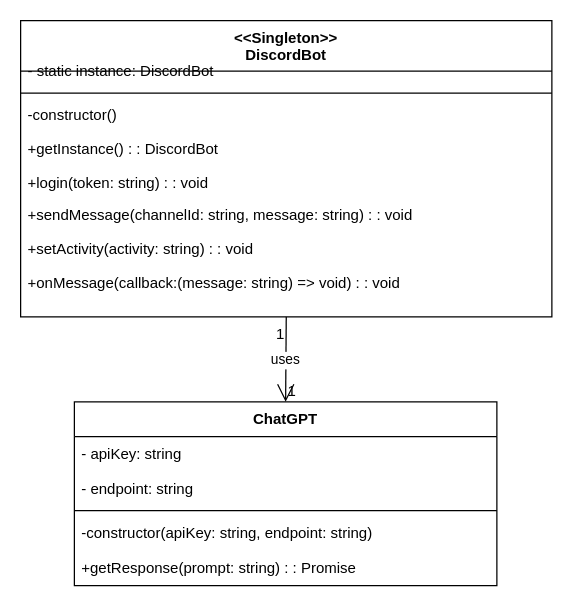
The draw.io diagram config/ChatPDF.drawio in ylin3-learner/ChatPDF, before the edit. Source tidied: cells renumbered, new cells numbered last; positions are measured from the earlier drawing's top-left corner, leaving out a move shared by most shapes. Both pictures are drawn from the tidied source at 125%, with x=0, y=0 at pixel (20, 20).
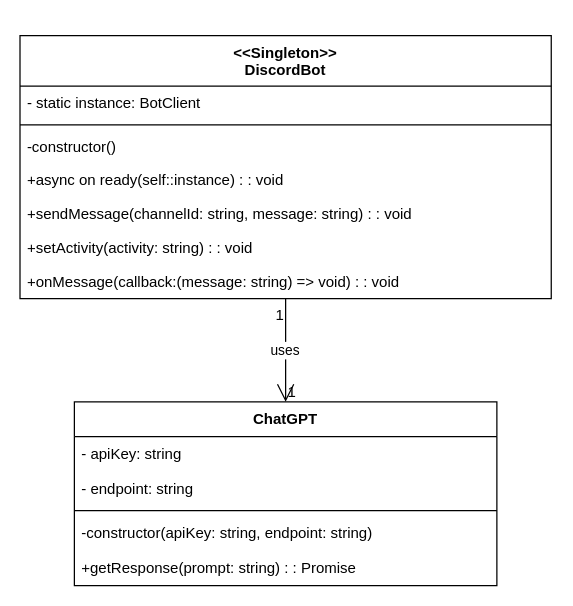
The same page after the edit.

What changed in the source:
```diff
@@
 <mxGraphModel>
   <root>
     <mxCell id="0" />
     <mxCell id="1" parent="0" />
     <mxCell id="2" value="&lt;&lt;Singleton&gt;&gt;&#10;DiscordBot" style="swimlane;fontStyle=1;align=center;verticalAlign=top;horizontal=1;startSize=40.34117754767923;" parent="1" vertex="1">
-      <mxGeometry width="425" height="237" as="geometry" />
+      <mxGeometry x="-0.5" y="12" width="425" height="210.3" as="geometry" />
     </mxCell>
-    <mxCell id="3" value="- static instance: DiscordBot" style="text;strokeColor=none;fillColor=none;align=left;verticalAlign=top;spacingLeft=4;spacingRight=4;overflow=hidden;" parent="2" vertex="1">
-      <mxGeometry y="27" width="425" height="27" as="geometry" />
+    <mxCell id="3" value="- static instance: BotClient" style="text;strokeColor=none;fillColor=none;align=left;verticalAlign=top;spacingLeft=4;spacingRight=4;overflow=hidden;" parent="2" vertex="1">
+      <mxGeometry y="40.3" width="425" height="27" as="geometry" />
     </mxCell>
     <mxCell id="4" style="line;strokeWidth=1;fillColor=none;align=left;verticalAlign=middle;spacingTop=-1;spacingLeft=3;spacingRight=3;labelPosition=right;strokeColor=inherit;" parent="2" vertex="1">
-      <mxGeometry y="54" width="425" height="8" as="geometry" />
+      <mxGeometry y="67.3" width="425" height="8" as="geometry" />
     </mxCell>
     <mxCell id="5" value="-constructor()" style="text;strokeColor=none;fillColor=none;align=left;verticalAlign=top;spacingLeft=4;spacingRight=4;overflow=hidden;" parent="2" vertex="1">
-      <mxGeometry y="62" width="425" height="27" as="geometry" />
+      <mxGeometry y="75.3" width="425" height="27" as="geometry" />
     </mxCell>
-    <mxCell id="6" value="+getInstance() : : DiscordBot" style="text;strokeColor=none;fillColor=none;align=left;verticalAlign=top;spacingLeft=4;spacingRight=4;overflow=hidden;" parent="2" vertex="1">
-      <mxGeometry y="89" width="425" height="27" as="geometry" />
-    </mxCell>
-    <mxCell id="7" value="+login(token: string) : : void" style="text;strokeColor=none;fillColor=none;align=left;verticalAlign=top;spacingLeft=4;spacingRight=4;overflow=hidden;" parent="2" vertex="1">
-      <mxGeometry y="116" width="425" height="27" as="geometry" />
+    <mxCell id="7" value="+async on ready(self::instance) : : void" style="text;strokeColor=none;fillColor=none;align=left;verticalAlign=top;spacingLeft=4;spacingRight=4;overflow=hidden;" parent="2" vertex="1">
+      <mxGeometry y="102.3" width="425" height="27" as="geometry" />
     </mxCell>
     <mxCell id="8" value="+sendMessage(channelId: string, message: string) : : void" style="text;strokeColor=none;fillColor=none;align=left;verticalAlign=top;spacingLeft=4;spacingRight=4;overflow=hidden;" parent="2" vertex="1">
-      <mxGeometry y="142" width="425" height="27" as="geometry" />
+      <mxGeometry y="129.3" width="425" height="27" as="geometry" />
     </mxCell>
     <mxCell id="9" value="+setActivity(activity: string) : : void" style="text;strokeColor=none;fillColor=none;align=left;verticalAlign=top;spacingLeft=4;spacingRight=4;overflow=hidden;" parent="2" vertex="1">
-      <mxGeometry y="169" width="425" height="27" as="geometry" />
+      <mxGeometry y="156.3" width="425" height="27" as="geometry" />
     </mxCell>
     <mxCell id="10" value="+onMessage(callback:(message: string) =&gt; void) : : void" style="text;strokeColor=none;fillColor=none;align=left;verticalAlign=top;spacingLeft=4;spacingRight=4;overflow=hidden;" parent="2" vertex="1">
-      <mxGeometry y="196" width="425" height="27" as="geometry" />
+      <mxGeometry y="183.3" width="425" height="27" as="geometry" />
     </mxCell>
     <mxCell id="11" value="ChatGPT" style="swimlane;fontStyle=1;align=center;verticalAlign=top;horizontal=1;startSize=27.8;" parent="1" vertex="1">
       <mxGeometry x="43" y="305" width="338" height="147" as="geometry" />
     </mxCell>
     <mxCell id="12" value="- apiKey: string" style="text;strokeColor=none;fillColor=none;align=left;verticalAlign=top;spacingLeft=4;spacingRight=4;overflow=hidden;" parent="11" vertex="1">
       <mxGeometry y="28" width="338" height="28" as="geometry" />
     </mxCell>
     <mxCell id="13" value="- endpoint: string" style="text;strokeColor=none;fillColor=none;align=left;verticalAlign=top;spacingLeft=4;spacingRight=4;overflow=hidden;" parent="11" vertex="1">
       <mxGeometry y="56" width="338" height="28" as="geometry" />
     </mxCell>
     <mxCell id="14" style="line;strokeWidth=1;fillColor=none;align=left;verticalAlign=middle;spacingTop=-1;spacingLeft=3;spacingRight=3;labelPosition=right;strokeColor=inherit;" parent="11" vertex="1">
       <mxGeometry y="83" width="338" height="8" as="geometry" />
     </mxCell>
     <mxCell id="15" value="-constructor(apiKey: string, endpoint: string)" style="text;strokeColor=none;fillColor=none;align=left;verticalAlign=top;spacingLeft=4;spacingRight=4;overflow=hidden;" parent="11" vertex="1">
       <mxGeometry y="91" width="338" height="28" as="geometry" />
     </mxCell>
     <mxCell id="16" value="+getResponse(prompt: string) : : Promise" style="text;strokeColor=none;fillColor=none;align=left;verticalAlign=top;spacingLeft=4;spacingRight=4;overflow=hidden;" parent="11" vertex="1">
       <mxGeometry y="119" width="338" height="28" as="geometry" />
     </mxCell>
     <mxCell id="17" value="uses" style="curved=1;startArrow=none;endArrow=open;endSize=12;exitX=0.5;exitY=1;entryX=0.5;entryY=0;" parent="1" edge="1" source="2" target="11">
       <mxGeometry relative="1" as="geometry" />
     </mxCell>
     <mxCell id="18" value="1" style="edgeLabel;labelBackgroundColor=none;fontSize=12;align=right;verticalAlign=top;" parent="17" vertex="1">
       <mxGeometry x="-1" relative="1" as="geometry" />
     </mxCell>
     <mxCell id="19" value="1" style="edgeLabel;labelBackgroundColor=none;fontSize=12;align=left;verticalAlign=bottom;" parent="17" vertex="1">
       <mxGeometry x="1" relative="1" as="geometry" />
     </mxCell>
   </root>
 </mxGraphModel>
```
